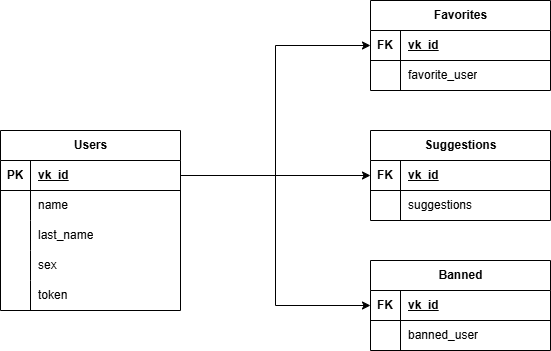
The draw.io diagram assets/bd_scheme.png in Delinom/VKinder, before a commit. Source tidied: cells renumbered, new cells last; positions are measured from the earlier drawing's top-left corner, leaving out a move shared by most shapes.
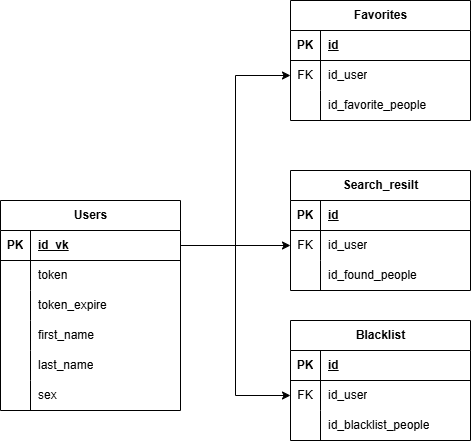
Later version of the same file.

Diff of the diagram source:
```diff
@@ -3,124 +3,160 @@
     <mxCell id="0" />
     <mxCell id="1" parent="0" />
     <mxCell id="2" value="Users" style="shape=table;startSize=30;rowLines=0;fontStyle=1;align=center;html=1;" parent="1" vertex="1">
-      <mxGeometry y="130" width="180" height="180" as="geometry" />
+      <mxGeometry x="10" y="130" width="180" height="210" as="geometry" />
     </mxCell>
-    <mxCell id="3" style="shape=tableRow;horizontal=0;startSize=0;swimlaneHead=0;swimlaneBody=0;fillColor=none;points=[[0,0.5],[1,0.5]];portConstraint=eastwest;top=0;left=0;right=0;bottom=1;" parent="2" vertex="1">
-      <mxGeometry y="30" width="180" height="30" as="geometry" />
-    </mxCell>
-    <mxCell id="4" value="PK" style="shape=partialRectangle;fillColor=none;top=0;left=0;bottom=0;right=0;fontStyle=1;overflow=hidden;whiteSpace=wrap;html=1;" parent="3" vertex="1">
-      <mxGeometry width="30" height="30" as="geometry" />
-    </mxCell>
-    <mxCell id="5" value="vk_id" style="shape=partialRectangle;fillColor=none;top=0;left=0;bottom=0;right=0;align=left;spacingLeft=6;fontStyle=5;overflow=hidden;whiteSpace=wrap;html=1;" parent="3" vertex="1">
-      <mxGeometry x="30" width="150" height="30" as="geometry" />
-    </mxCell>
-    <mxCell id="6" style="shape=tableRow;horizontal=0;startSize=0;swimlaneHead=0;swimlaneBody=0;fillColor=none;top=0;left=0;right=0;bottom=0;" parent="2" vertex="1">
-      <mxGeometry y="60" width="180" height="30" as="geometry" />
-    </mxCell>
-    <mxCell id="7" style="shape=partialRectangle;fillColor=none;top=0;left=0;bottom=0;right=0;overflow=hidden;whiteSpace=wrap;html=1;" parent="6" vertex="1">
-      <mxGeometry width="30" height="30" as="geometry" />
-    </mxCell>
-    <mxCell id="8" value="name" style="shape=partialRectangle;fillColor=none;top=0;left=0;bottom=0;right=0;align=left;spacingLeft=6;overflow=hidden;whiteSpace=wrap;html=1;" parent="6" vertex="1">
-      <mxGeometry x="30" width="150" height="30" as="geometry" />
-    </mxCell>
-    <mxCell id="9" style="shape=tableRow;horizontal=0;startSize=0;swimlaneHead=0;swimlaneBody=0;fillColor=none;top=0;left=0;right=0;bottom=0;" parent="2" vertex="1">
-      <mxGeometry y="90" width="180" height="30" as="geometry" />
-    </mxCell>
-    <mxCell id="10" style="shape=partialRectangle;fillColor=none;top=0;left=0;bottom=0;right=0;overflow=hidden;whiteSpace=wrap;html=1;" parent="9" vertex="1">
-      <mxGeometry width="30" height="30" as="geometry" />
-    </mxCell>
+    <mxCell id="42" style="shape=tableRow;horizontal=0;startSize=0;swimlaneHead=0;swimlaneBody=0;fillColor=none;points=[[0,0.5],[1,0.5]];portConstraint=eastwest;top=0;left=0;right=0;bottom=1;" parent="2" vertex="1">
+      <mxGeometry y="30" width="180" height="30" as="geometry" />
+    </mxCell>
+    <mxCell id="43" value="PK" style="shape=partialRectangle;fillColor=none;top=0;left=0;bottom=0;right=0;fontStyle=1;overflow=hidden;whiteSpace=wrap;html=1;" parent="42" vertex="1">
+      <mxGeometry width="30" height="30" as="geometry" />
+    </mxCell>
+    <mxCell id="44" value="id_vk" style="shape=partialRectangle;fillColor=none;top=0;left=0;bottom=0;right=0;align=left;spacingLeft=6;fontStyle=5;overflow=hidden;whiteSpace=wrap;html=1;" parent="42" vertex="1">
+      <mxGeometry x="30" width="150" height="30" as="geometry" />
+    </mxCell>
+    <mxCell id="45" style="shape=tableRow;horizontal=0;startSize=0;swimlaneHead=0;swimlaneBody=0;fillColor=none;top=0;left=0;right=0;bottom=0;" parent="2" vertex="1">
+      <mxGeometry y="60" width="180" height="30" as="geometry" />
+    </mxCell>
+    <mxCell id="46" style="shape=partialRectangle;fillColor=none;top=0;left=0;bottom=0;right=0;overflow=hidden;whiteSpace=wrap;html=1;" parent="45" vertex="1">
+      <mxGeometry width="30" height="30" as="geometry" />
+    </mxCell>
+    <mxCell id="17" value="token" style="shape=partialRectangle;fillColor=none;top=0;left=0;bottom=0;right=0;align=left;spacingLeft=6;overflow=hidden;whiteSpace=wrap;html=1;" parent="45" vertex="1">
+      <mxGeometry x="30" width="150" height="30" as="geometry" />
+    </mxCell>
+    <mxCell id="47" style="shape=tableRow;horizontal=0;startSize=0;swimlaneHead=0;swimlaneBody=0;fillColor=none;top=0;left=0;right=0;bottom=0;" parent="2" vertex="1">
+      <mxGeometry y="90" width="180" height="30" as="geometry" />
+    </mxCell>
+    <mxCell id="48" style="shape=partialRectangle;fillColor=none;top=0;left=0;bottom=0;right=0;overflow=hidden;whiteSpace=wrap;html=1;" parent="47" vertex="1">
+      <mxGeometry width="30" height="30" as="geometry" />
+    </mxCell>
+    <mxCell id="49" value="token_expire" style="shape=partialRectangle;fillColor=none;top=0;left=0;bottom=0;right=0;align=left;spacingLeft=6;overflow=hidden;whiteSpace=wrap;html=1;" parent="47" vertex="1">
+      <mxGeometry x="30" width="150" height="30" as="geometry" />
+    </mxCell>
+    <mxCell id="12" style="shape=tableRow;horizontal=0;startSize=0;swimlaneHead=0;swimlaneBody=0;fillColor=none;top=0;left=0;right=0;bottom=0;" parent="2" vertex="1">
+      <mxGeometry y="120" width="180" height="30" as="geometry" />
+    </mxCell>
+    <mxCell id="50" style="shape=partialRectangle;fillColor=none;top=0;left=0;bottom=0;right=0;overflow=hidden;whiteSpace=wrap;html=1;" parent="12" vertex="1">
+      <mxGeometry width="30" height="30" as="geometry" />
+    </mxCell>
+    <mxCell id="51" value="first_name" style="shape=partialRectangle;fillColor=none;top=0;left=0;bottom=0;right=0;align=left;spacingLeft=6;overflow=hidden;whiteSpace=wrap;html=1;" parent="12" vertex="1">
+      <mxGeometry x="30" width="150" height="30" as="geometry" />
+    </mxCell>
+    <mxCell id="15" style="shape=tableRow;horizontal=0;startSize=0;swimlaneHead=0;swimlaneBody=0;fillColor=none;top=0;left=0;right=0;bottom=0;" parent="2" vertex="1">
+      <mxGeometry y="150" width="180" height="30" as="geometry" />
+    </mxCell>
+    <mxCell id="52" style="shape=partialRectangle;fillColor=none;top=0;left=0;bottom=0;right=0;overflow=hidden;whiteSpace=wrap;html=1;" parent="15" vertex="1">
+      <mxGeometry width="30" height="30" as="geometry" />
+    </mxCell>
-    <mxCell id="11" value="last_name" style="shape=partialRectangle;fillColor=none;top=0;left=0;bottom=0;right=0;align=left;spacingLeft=6;overflow=hidden;whiteSpace=wrap;html=1;" parent="9" vertex="1">
+    <mxCell id="11" value="last_name" style="shape=partialRectangle;fillColor=none;top=0;left=0;bottom=0;right=0;align=left;spacingLeft=6;overflow=hidden;whiteSpace=wrap;html=1;" parent="15" vertex="1">
       <mxGeometry x="30" width="150" height="30" as="geometry" />
     </mxCell>
-    <mxCell id="12" style="shape=tableRow;horizontal=0;startSize=0;swimlaneHead=0;swimlaneBody=0;fillColor=none;top=0;left=0;right=0;bottom=0;" parent="2" vertex="1">
-      <mxGeometry y="120" width="180" height="30" as="geometry" />
-    </mxCell>
-    <mxCell id="13" style="shape=partialRectangle;fillColor=none;top=0;left=0;bottom=0;right=0;overflow=hidden;whiteSpace=wrap;html=1;" parent="12" vertex="1">
-      <mxGeometry width="30" height="30" as="geometry" />
-    </mxCell>
+    <mxCell id="53" style="shape=tableRow;horizontal=0;startSize=0;swimlaneHead=0;swimlaneBody=0;fillColor=none;top=0;left=0;right=0;bottom=0;" parent="2" vertex="1">
+      <mxGeometry y="180" width="180" height="30" as="geometry" />
+    </mxCell>
+    <mxCell id="54" style="shape=partialRectangle;fillColor=none;top=0;left=0;bottom=0;right=0;overflow=hidden;whiteSpace=wrap;html=1;" parent="53" vertex="1">
+      <mxGeometry width="30" height="30" as="geometry" />
+    </mxCell>
-    <mxCell id="14" value="sex" style="shape=partialRectangle;fillColor=none;top=0;left=0;bottom=0;right=0;align=left;spacingLeft=6;overflow=hidden;whiteSpace=wrap;html=1;" parent="12" vertex="1">
+    <mxCell id="14" value="sex" style="shape=partialRectangle;fillColor=none;top=0;left=0;bottom=0;right=0;align=left;spacingLeft=6;overflow=hidden;whiteSpace=wrap;html=1;" parent="53" vertex="1">
       <mxGeometry x="30" width="150" height="30" as="geometry" />
     </mxCell>
-    <mxCell id="15" style="shape=tableRow;horizontal=0;startSize=0;swimlaneHead=0;swimlaneBody=0;fillColor=none;top=0;left=0;right=0;bottom=0;" parent="2" vertex="1">
-      <mxGeometry y="150" width="180" height="30" as="geometry" />
-    </mxCell>
-    <mxCell id="16" style="shape=partialRectangle;fillColor=none;top=0;left=0;bottom=0;right=0;overflow=hidden;whiteSpace=wrap;html=1;" parent="15" vertex="1">
-      <mxGeometry width="30" height="30" as="geometry" />
-    </mxCell>
-    <mxCell id="17" value="token" style="shape=partialRectangle;fillColor=none;top=0;left=0;bottom=0;right=0;align=left;spacingLeft=6;overflow=hidden;whiteSpace=wrap;html=1;" parent="15" vertex="1">
-      <mxGeometry x="30" width="150" height="30" as="geometry" />
-    </mxCell>
+    <mxCell id="55" value="Search_resilt" style="shape=table;startSize=30;rowLines=0;fontStyle=1;align=center;html=1;" parent="1" vertex="1">
+      <mxGeometry x="300" y="100" width="180" height="120" as="geometry" />
+    </mxCell>
+    <mxCell id="56" style="shape=tableRow;horizontal=0;startSize=0;swimlaneHead=0;swimlaneBody=0;fillColor=none;top=0;left=0;right=0;bottom=1;" parent="55" vertex="1">
+      <mxGeometry y="30" width="180" height="30" as="geometry" />
+    </mxCell>
+    <mxCell id="57" value="PK" style="shape=partialRectangle;fillColor=none;top=0;left=0;bottom=0;right=0;fontStyle=1;overflow=hidden;whiteSpace=wrap;html=1;" parent="56" vertex="1">
+      <mxGeometry width="30" height="30" as="geometry" />
+    </mxCell>
+    <mxCell id="58" value="id" style="shape=partialRectangle;fillColor=none;top=0;left=0;bottom=0;right=0;align=left;spacingLeft=6;fontStyle=5;overflow=hidden;whiteSpace=wrap;html=1;" parent="56" vertex="1">
+      <mxGeometry x="30" width="150" height="30" as="geometry" />
+    </mxCell>
+    <mxCell id="59" style="shape=tableRow;horizontal=0;startSize=0;swimlaneHead=0;swimlaneBody=0;fillColor=none;points=[[0,0.5],[1,0.5]];portConstraint=eastwest;top=0;left=0;right=0;bottom=0;" parent="55" vertex="1">
+      <mxGeometry y="60" width="180" height="30" as="geometry" />
+    </mxCell>
+    <mxCell id="60" value="FK" style="shape=partialRectangle;fillColor=none;top=0;left=0;bottom=0;right=0;overflow=hidden;whiteSpace=wrap;html=1;" parent="59" vertex="1">
+      <mxGeometry width="30" height="30" as="geometry" />
+    </mxCell>
+    <mxCell id="61" value="id_user" style="shape=partialRectangle;fillColor=none;top=0;left=0;bottom=0;right=0;align=left;spacingLeft=6;overflow=hidden;whiteSpace=wrap;html=1;" parent="59" vertex="1">
+      <mxGeometry x="30" width="150" height="30" as="geometry" />
+    </mxCell>
+    <mxCell id="62" style="shape=tableRow;horizontal=0;startSize=0;swimlaneHead=0;swimlaneBody=0;fillColor=none;top=0;left=0;right=0;bottom=0;" parent="55" vertex="1">
+      <mxGeometry y="90" width="180" height="30" as="geometry" />
+    </mxCell>
+    <mxCell id="63" style="shape=partialRectangle;fillColor=none;top=0;left=0;bottom=0;right=0;overflow=hidden;whiteSpace=wrap;html=1;" parent="62" vertex="1">
+      <mxGeometry width="30" height="30" as="geometry" />
+    </mxCell>
+    <mxCell id="64" value="id_found_people" style="shape=partialRectangle;fillColor=none;top=0;left=0;bottom=0;right=0;align=left;spacingLeft=6;overflow=hidden;whiteSpace=wrap;html=1;" parent="62" vertex="1">
+      <mxGeometry x="30" width="150" height="30" as="geometry" />
+    </mxCell>
     <mxCell id="18" value="Favorites" style="shape=table;startSize=30;rowLines=0;fontStyle=1;align=center;html=1;" parent="1" vertex="1">
-      <mxGeometry x="370" width="180" height="90" as="geometry" />
+      <mxGeometry x="300" y="-70" width="180" height="120" as="geometry" />
     </mxCell>
-    <mxCell id="19" style="shape=tableRow;horizontal=0;startSize=0;swimlaneHead=0;swimlaneBody=0;fillColor=none;points=[[0,0.5],[1,0.5]];portConstraint=eastwest;top=0;left=0;right=0;bottom=1;" parent="18" vertex="1">
-      <mxGeometry y="30" width="180" height="30" as="geometry" />
-    </mxCell>
-    <mxCell id="20" value="FK" style="shape=partialRectangle;fillColor=none;top=0;left=0;bottom=0;right=0;fontStyle=1;overflow=hidden;whiteSpace=wrap;html=1;" parent="19" vertex="1">
-      <mxGeometry width="30" height="30" as="geometry" />
-    </mxCell>
-    <mxCell id="21" value="vk_id" style="shape=partialRectangle;fillColor=none;top=0;left=0;bottom=0;right=0;align=left;spacingLeft=6;fontStyle=5;overflow=hidden;whiteSpace=wrap;html=1;" parent="19" vertex="1">
-      <mxGeometry x="30" width="150" height="30" as="geometry" />
-    </mxCell>
-    <mxCell id="22" style="shape=tableRow;horizontal=0;startSize=0;swimlaneHead=0;swimlaneBody=0;fillColor=none;top=0;left=0;right=0;bottom=0;" parent="18" vertex="1">
-      <mxGeometry y="60" width="180" height="30" as="geometry" />
-    </mxCell>
-    <mxCell id="23" style="shape=partialRectangle;fillColor=none;top=0;left=0;bottom=0;right=0;overflow=hidden;whiteSpace=wrap;html=1;" parent="22" vertex="1">
-      <mxGeometry width="30" height="30" as="geometry" />
-    </mxCell>
-    <mxCell id="24" value="favorite_user" style="shape=partialRectangle;fillColor=none;top=0;left=0;bottom=0;right=0;align=left;spacingLeft=6;overflow=hidden;whiteSpace=wrap;html=1;" parent="22" vertex="1">
-      <mxGeometry x="30" width="150" height="30" as="geometry" />
-    </mxCell>
-    <mxCell id="25" value="Banned" style="shape=table;startSize=30;rowLines=0;fontStyle=1;align=center;html=1;" parent="1" vertex="1">
-      <mxGeometry x="370" y="260" width="180" height="90" as="geometry" />
-    </mxCell>
-    <mxCell id="26" style="shape=tableRow;horizontal=0;startSize=0;swimlaneHead=0;swimlaneBody=0;fillColor=none;points=[[0,0.5],[1,0.5]];portConstraint=eastwest;top=0;left=0;right=0;bottom=1;" parent="25" vertex="1">
-      <mxGeometry y="30" width="180" height="30" as="geometry" />
-    </mxCell>
-    <mxCell id="27" value="FK" style="shape=partialRectangle;fillColor=none;top=0;left=0;bottom=0;right=0;fontStyle=1;overflow=hidden;whiteSpace=wrap;html=1;" parent="26" vertex="1">
-      <mxGeometry width="30" height="30" as="geometry" />
-    </mxCell>
-    <mxCell id="28" value="vk_id" style="shape=partialRectangle;fillColor=none;top=0;left=0;bottom=0;right=0;align=left;spacingLeft=6;fontStyle=5;overflow=hidden;whiteSpace=wrap;html=1;" parent="26" vertex="1">
-      <mxGeometry x="30" width="150" height="30" as="geometry" />
-    </mxCell>
-    <mxCell id="29" style="shape=tableRow;horizontal=0;startSize=0;swimlaneHead=0;swimlaneBody=0;fillColor=none;top=0;left=0;right=0;bottom=0;" parent="25" vertex="1">
-      <mxGeometry y="60" width="180" height="30" as="geometry" />
-    </mxCell>
-    <mxCell id="30" style="shape=partialRectangle;fillColor=none;top=0;left=0;bottom=0;right=0;overflow=hidden;whiteSpace=wrap;html=1;" parent="29" vertex="1">
-      <mxGeometry width="30" height="30" as="geometry" />
-    </mxCell>
-    <mxCell id="31" value="banned_user" style="shape=partialRectangle;fillColor=none;top=0;left=0;bottom=0;right=0;align=left;spacingLeft=6;overflow=hidden;whiteSpace=wrap;html=1;" parent="29" vertex="1">
-      <mxGeometry x="30" width="150" height="30" as="geometry" />
-    </mxCell>
-    <mxCell id="32" value="Suggestions" style="shape=table;startSize=30;rowLines=0;fontStyle=1;align=center;html=1;" parent="1" vertex="1">
-      <mxGeometry x="370" y="130" width="180" height="90" as="geometry" />
-    </mxCell>
-    <mxCell id="33" style="shape=tableRow;horizontal=0;startSize=0;swimlaneHead=0;swimlaneBody=0;fillColor=none;points=[[0,0.5],[1,0.5]];portConstraint=eastwest;top=0;left=0;right=0;bottom=1;" parent="32" vertex="1">
-      <mxGeometry y="30" width="180" height="30" as="geometry" />
-    </mxCell>
-    <mxCell id="34" value="FK" style="shape=partialRectangle;fillColor=none;top=0;left=0;bottom=0;right=0;fontStyle=1;overflow=hidden;whiteSpace=wrap;html=1;" parent="33" vertex="1">
-      <mxGeometry width="30" height="30" as="geometry" />
-    </mxCell>
-    <mxCell id="35" value="vk_id" style="shape=partialRectangle;fillColor=none;top=0;left=0;bottom=0;right=0;align=left;spacingLeft=6;fontStyle=5;overflow=hidden;whiteSpace=wrap;html=1;" parent="33" vertex="1">
-      <mxGeometry x="30" width="150" height="30" as="geometry" />
-    </mxCell>
-    <mxCell id="36" style="shape=tableRow;horizontal=0;startSize=0;swimlaneHead=0;swimlaneBody=0;fillColor=none;top=0;left=0;right=0;bottom=0;" parent="32" vertex="1">
-      <mxGeometry y="60" width="180" height="30" as="geometry" />
-    </mxCell>
-    <mxCell id="37" style="shape=partialRectangle;fillColor=none;top=0;left=0;bottom=0;right=0;overflow=hidden;whiteSpace=wrap;html=1;" parent="36" vertex="1">
-      <mxGeometry width="30" height="30" as="geometry" />
-    </mxCell>
-    <mxCell id="38" value="suggestions" style="shape=partialRectangle;fillColor=none;top=0;left=0;bottom=0;right=0;align=left;spacingLeft=6;overflow=hidden;whiteSpace=wrap;html=1;" parent="36" vertex="1">
-      <mxGeometry x="30" width="150" height="30" as="geometry" />
-    </mxCell>
-    <mxCell id="39" style="edgeStyle=orthogonalEdgeStyle;rounded=0;jettySize=auto;html=1;entryX=0;entryY=0.5;entryDx=0;entryDy=0;" parent="1" edge="1" source="3" target="19">
-      <mxGeometry relative="1" as="geometry" />
-    </mxCell>
-    <mxCell id="40" style="edgeStyle=orthogonalEdgeStyle;rounded=0;jettySize=auto;html=1;entryX=0;entryY=0.5;entryDx=0;entryDy=0;" parent="1" edge="1" source="3" target="26">
-      <mxGeometry relative="1" as="geometry" />
-    </mxCell>
-    <mxCell id="41" style="edgeStyle=orthogonalEdgeStyle;rounded=0;jettySize=auto;html=1;entryX=0;entryY=0.5;entryDx=0;entryDy=0;" parent="1" edge="1" source="3" target="33">
-      <mxGeometry relative="1" as="geometry" />
-    </mxCell>
+    <mxCell id="65" style="shape=tableRow;horizontal=0;startSize=0;swimlaneHead=0;swimlaneBody=0;fillColor=none;top=0;left=0;right=0;bottom=1;" parent="18" vertex="1">
+      <mxGeometry y="30" width="180" height="30" as="geometry" />
+    </mxCell>
+    <mxCell id="66" value="PK" style="shape=partialRectangle;fillColor=none;top=0;left=0;bottom=0;right=0;fontStyle=1;overflow=hidden;whiteSpace=wrap;html=1;" parent="65" vertex="1">
+      <mxGeometry width="30" height="30" as="geometry" />
+    </mxCell>
+    <mxCell id="67" value="id" style="shape=partialRectangle;fillColor=none;top=0;left=0;bottom=0;right=0;align=left;spacingLeft=6;fontStyle=5;overflow=hidden;whiteSpace=wrap;html=1;" parent="65" vertex="1">
+      <mxGeometry x="30" width="150" height="30" as="geometry" />
+    </mxCell>
+    <mxCell id="68" style="shape=tableRow;horizontal=0;startSize=0;swimlaneHead=0;swimlaneBody=0;fillColor=none;points=[[0,0.5],[1,0.5]];portConstraint=eastwest;top=0;left=0;right=0;bottom=0;" parent="18" vertex="1">
+      <mxGeometry y="60" width="180" height="30" as="geometry" />
+    </mxCell>
+    <mxCell id="69" value="FK" style="shape=partialRectangle;fillColor=none;top=0;left=0;bottom=0;right=0;overflow=hidden;whiteSpace=wrap;html=1;" parent="68" vertex="1">
+      <mxGeometry width="30" height="30" as="geometry" />
+    </mxCell>
+    <mxCell id="70" value="id_user" style="shape=partialRectangle;fillColor=none;top=0;left=0;bottom=0;right=0;align=left;spacingLeft=6;overflow=hidden;whiteSpace=wrap;html=1;" parent="68" vertex="1">
+      <mxGeometry x="30" width="150" height="30" as="geometry" />
+    </mxCell>
+    <mxCell id="71" style="shape=tableRow;horizontal=0;startSize=0;swimlaneHead=0;swimlaneBody=0;fillColor=none;top=0;left=0;right=0;bottom=0;" parent="18" vertex="1">
+      <mxGeometry y="90" width="180" height="30" as="geometry" />
+    </mxCell>
+    <mxCell id="72" style="shape=partialRectangle;fillColor=none;top=0;left=0;bottom=0;right=0;overflow=hidden;whiteSpace=wrap;html=1;" parent="71" vertex="1">
+      <mxGeometry width="30" height="30" as="geometry" />
+    </mxCell>
+    <mxCell id="73" value="id_favorite_people" style="shape=partialRectangle;fillColor=none;top=0;left=0;bottom=0;right=0;align=left;spacingLeft=6;overflow=hidden;whiteSpace=wrap;html=1;" parent="71" vertex="1">
+      <mxGeometry x="30" width="150" height="30" as="geometry" />
+    </mxCell>
+    <mxCell id="74" value="Blacklist" style="shape=table;startSize=30;rowLines=0;fontStyle=1;align=center;html=1;" parent="1" vertex="1">
+      <mxGeometry x="300" y="250" width="180" height="120" as="geometry" />
+    </mxCell>
+    <mxCell id="75" style="shape=tableRow;horizontal=0;startSize=0;swimlaneHead=0;swimlaneBody=0;fillColor=none;top=0;left=0;right=0;bottom=1;" parent="74" vertex="1">
+      <mxGeometry y="30" width="180" height="30" as="geometry" />
+    </mxCell>
+    <mxCell id="76" value="PK" style="shape=partialRectangle;fillColor=none;top=0;left=0;bottom=0;right=0;fontStyle=1;overflow=hidden;whiteSpace=wrap;html=1;" parent="75" vertex="1">
+      <mxGeometry width="30" height="30" as="geometry" />
+    </mxCell>
+    <mxCell id="77" value="id" style="shape=partialRectangle;fillColor=none;top=0;left=0;bottom=0;right=0;align=left;spacingLeft=6;fontStyle=5;overflow=hidden;whiteSpace=wrap;html=1;" parent="75" vertex="1">
+      <mxGeometry x="30" width="150" height="30" as="geometry" />
+    </mxCell>
+    <mxCell id="78" style="shape=tableRow;horizontal=0;startSize=0;swimlaneHead=0;swimlaneBody=0;fillColor=none;points=[[0,0.5],[1,0.5]];portConstraint=eastwest;top=0;left=0;right=0;bottom=0;" parent="74" vertex="1">
+      <mxGeometry y="60" width="180" height="30" as="geometry" />
+    </mxCell>
+    <mxCell id="79" value="FK" style="shape=partialRectangle;fillColor=none;top=0;left=0;bottom=0;right=0;overflow=hidden;whiteSpace=wrap;html=1;" parent="78" vertex="1">
+      <mxGeometry width="30" height="30" as="geometry" />
+    </mxCell>
+    <mxCell id="80" value="id_user" style="shape=partialRectangle;fillColor=none;top=0;left=0;bottom=0;right=0;align=left;spacingLeft=6;overflow=hidden;whiteSpace=wrap;html=1;" parent="78" vertex="1">
+      <mxGeometry x="30" width="150" height="30" as="geometry" />
+    </mxCell>
+    <mxCell id="81" style="shape=tableRow;horizontal=0;startSize=0;swimlaneHead=0;swimlaneBody=0;fillColor=none;top=0;left=0;right=0;bottom=0;" parent="74" vertex="1">
+      <mxGeometry y="90" width="180" height="30" as="geometry" />
+    </mxCell>
+    <mxCell id="82" style="shape=partialRectangle;fillColor=none;top=0;left=0;bottom=0;right=0;overflow=hidden;whiteSpace=wrap;html=1;" parent="81" vertex="1">
+      <mxGeometry width="30" height="30" as="geometry" />
+    </mxCell>
+    <mxCell id="83" value="id_blacklist_people" style="shape=partialRectangle;fillColor=none;top=0;left=0;bottom=0;right=0;align=left;spacingLeft=6;overflow=hidden;whiteSpace=wrap;html=1;" parent="81" vertex="1">
+      <mxGeometry x="30" width="150" height="30" as="geometry" />
+    </mxCell>
+    <mxCell id="84" style="edgeStyle=orthogonalEdgeStyle;rounded=0;jettySize=auto;html=1;entryX=0;entryY=0.5;entryDx=0;entryDy=0;" parent="1" edge="1" source="42" target="59">
+      <mxGeometry relative="1" as="geometry" />
+    </mxCell>
+    <mxCell id="85" style="edgeStyle=orthogonalEdgeStyle;rounded=0;jettySize=auto;html=1;entryX=0;entryY=0.5;entryDx=0;entryDy=0;" parent="1" edge="1" source="42" target="68">
+      <mxGeometry relative="1" as="geometry" />
+    </mxCell>
+    <mxCell id="86" style="edgeStyle=orthogonalEdgeStyle;rounded=0;jettySize=auto;html=1;entryX=0;entryY=0.5;entryDx=0;entryDy=0;" parent="1" edge="1" source="42" target="78">
+      <mxGeometry relative="1" as="geometry" />
+    </mxCell>
   </root>
 </mxGraphModel>
```
